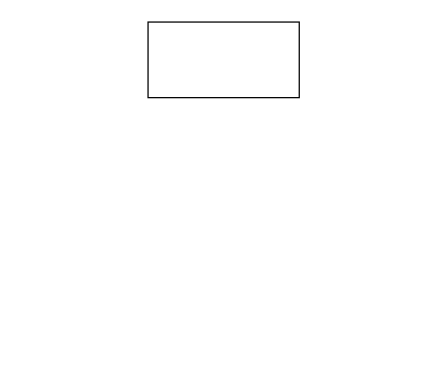
The draw.io diagram Antiikin ajan orjuudesta.drawio in LuanDaSamuel/History-mindmap, before the edit. Source tidied: cells renumbered, new cells numbered last; positions are measured from the earlier drawing's top-left corner, leaving out a move shared by most shapes. Both pictures are drawn from the tidied source at 126%, with x=0, y=0 at pixel (147, 21).
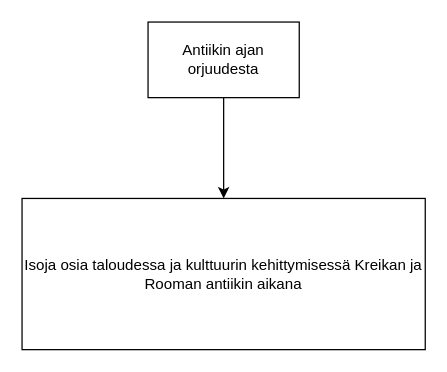
Above is the later version.

Change to the diagram source:
```diff
@@
 <mxGraphModel>
   <root>
     <mxCell id="0" />
     <mxCell id="1" parent="0" />
+    <mxCell id="3" style="edgeStyle=orthogonalEdgeStyle;rounded=0;jettySize=auto;html=1;" parent="1" edge="1" source="2" target="4">
+      <mxGeometry relative="1" as="geometry" />
+    </mxCell>
-    <mxCell id="2" style="rounded=0;whiteSpace=wrap;html=1;" parent="1" vertex="1">
+    <mxCell id="2" value="Antiikin ajan orjuudesta" style="rounded=0;whiteSpace=wrap;html=1;" parent="1" vertex="1">
       <mxGeometry width="120" height="60" as="geometry" />
     </mxCell>
+    <mxCell id="4" value="Isoja osia taloudessa ja kulttuurin kehittymisessä Kreikan ja Rooman antiikin aikana" style="rounded=0;whiteSpace=wrap;html=1;" parent="1" vertex="1">
+      <mxGeometry x="-100" y="140" width="320" height="120" as="geometry" />
+    </mxCell>
   </root>
 </mxGraphModel>
```
